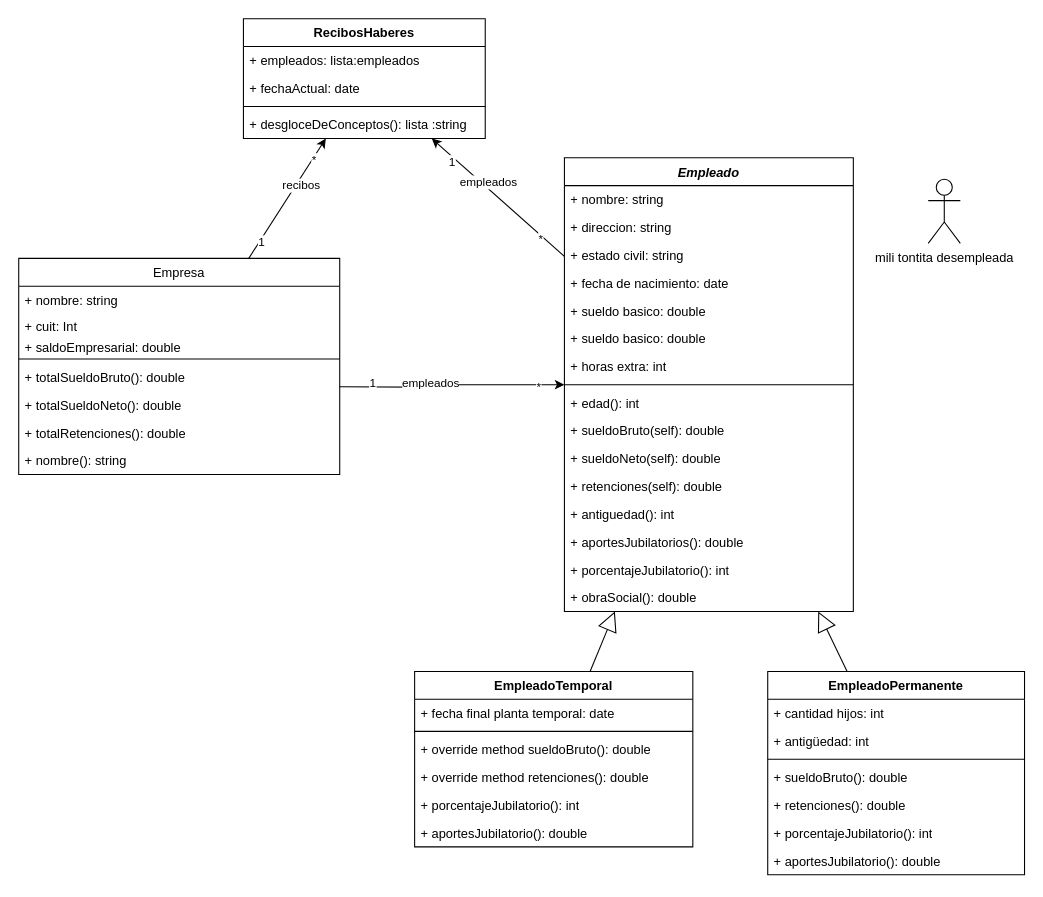
Rodriexze/Objetos2 keeps this draw.io diagram as Tp2-Ej1.drawio. Above is the earlier version. Source tidied: cells renumbered, new cells numbered last; positions are measured from the earlier drawing's top-left corner, leaving out a move shared by most shapes. Both pictures are drawn from the tidied source at 107%, with x=0, y=0 at pixel (18, 18).
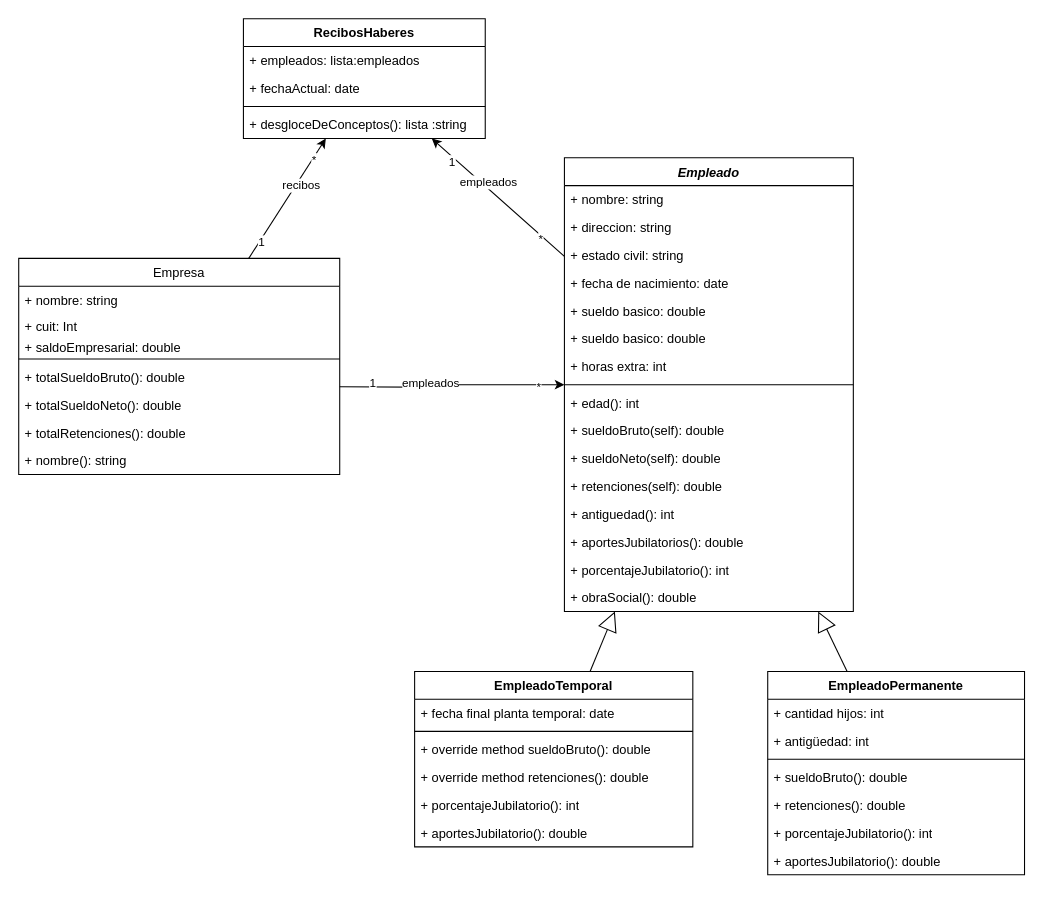
Above is the later version.

Change to the diagram source:
```diff
@@
-    <mxCell id="62" value="mili tontita desempleada" style="shape=umlActor;verticalLabelPosition=bottom;verticalAlign=top;html=1;" parent="1" vertex="1">
-      <mxGeometry x="850" y="150" width="30" height="60" as="geometry" />
-    </mxCell>
```
